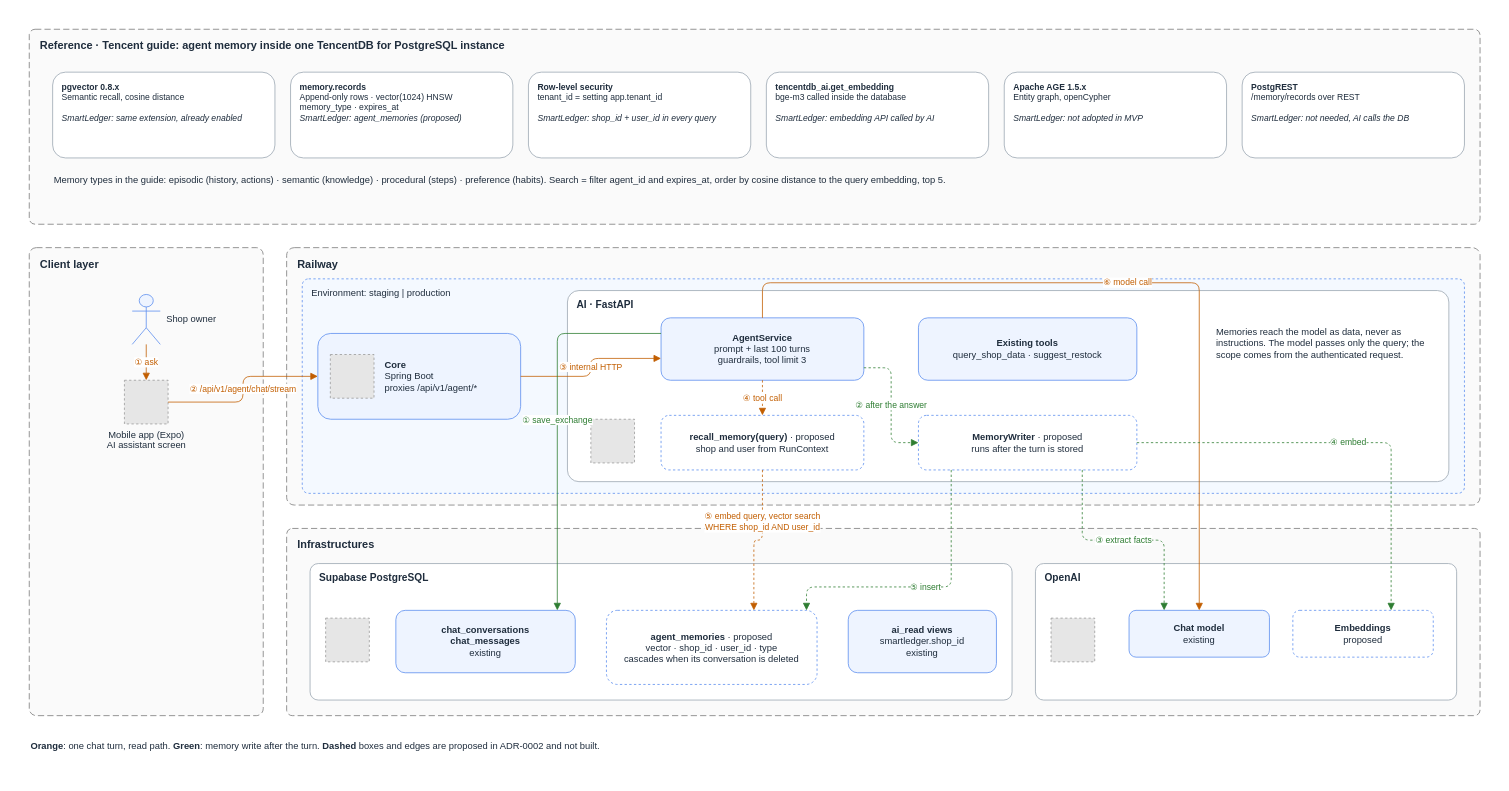
Above: docs/architecture/diagrams/src/agent-memory.drawio in miphu2804/smart-ledger (draw.io), before the change. Source tidied: cells renumbered, new cells numbered last; positions are measured from the earlier drawing's top-left corner, leaving out a move shared by most shapes. Both pictures are drawn from the tidied source at 78%, with x=0, y=0 at pixel (13, 13). Pictures stored in the file or linked from it are replaced by grey dashed boxes.
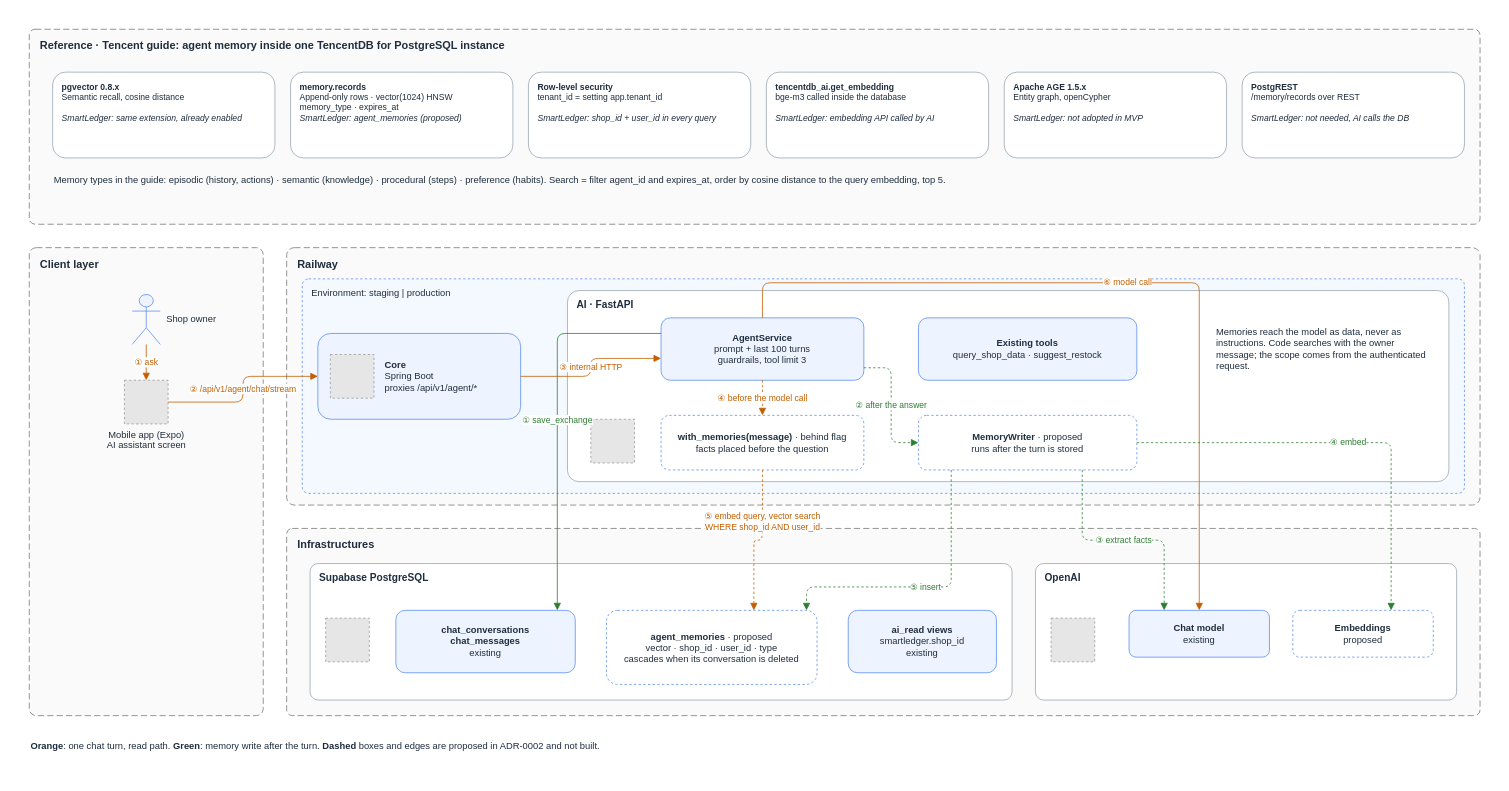
The same page after the edit.

Commit message (it also covers changes not shown here):
docs(ai): align adr-0002 and memory diagram with the build

The change refers to these unchanged cells:
```xml
<mxCell id="18" value="AI · FastAPI" style="rounded=1;arcSize=6;whiteSpace=wrap;html=1;fillColor=#ffffff;strokeColor=#9aa5b1;fontColor=#1f2d3d;verticalAlign=top;align=left;spacingLeft=10;spacingTop=4;fontStyle=1;fontSize=13;" parent="15" vertex="1">
  <mxGeometry x="340" y="15" width="1130" height="245" as="geometry" />
</mxCell>
<mxCell id="20" value="&lt;b&gt;AgentService&lt;/b&gt;&lt;br&gt;prompt + last 100 turns&lt;br&gt;guardrails, tool limit 3" style="rounded=1;whiteSpace=wrap;html=1;fillColor=#eef4ff;strokeColor=#5b8def;fontColor=#1f2d3d;fontSize=12;" parent="18" vertex="1">
  <mxGeometry x="120" y="35" width="260" height="80" as="geometry" />
</mxCell>
```

Diff of the diagram source:
```diff
@@
-    <mxCell id="22" value="&lt;b&gt;recall_memory(query)&lt;/b&gt; · proposed&lt;br&gt;shop and user from RunContext" style="rounded=1;whiteSpace=wrap;html=1;dashed=1;fillColor=#ffffff;strokeColor=#5b8def;fontColor=#1f2d3d;fontSize=12;" parent="18" vertex="1">
+    <mxCell id="22" value="&lt;b&gt;with_memories(message)&lt;/b&gt; · behind flag&lt;br&gt;facts placed before the question" style="rounded=1;whiteSpace=wrap;html=1;dashed=1;fillColor=#ffffff;strokeColor=#5b8def;fontColor=#1f2d3d;fontSize=12;" parent="18" vertex="1">
       <mxGeometry x="120" y="160" width="260" height="70" as="geometry" />
     </mxCell>
@@
-    <mxCell id="24" value="Memories reach the model as data, never as instructions. The model passes only the query; the scope comes from the authenticated request." style="text;html=1;whiteSpace=wrap;align=left;verticalAlign=top;fontColor=#1f2d3d;fontSize=12;" parent="18" vertex="1">
+    <mxCell id="24" value="Memories reach the model as data, never as instructions. Code searches with the owner message; the scope comes from the authenticated request." style="text;html=1;whiteSpace=wrap;align=left;verticalAlign=top;fontColor=#1f2d3d;fontSize=12;" parent="18" vertex="1">
       <mxGeometry x="830" y="40" width="280" height="110" as="geometry" />
     </mxCell>
@@
-    <mxCell id="39" value="④ tool call" style="edgeStyle=orthogonalEdgeStyle;rounded=1;jettySize=auto;html=1;endArrow=block;endSize=7;fontSize=11;labelBackgroundColor=#ffffff;fontColor=#c25e00;strokeColor=#c25e00;dashed=1;exitX=0.5;exitY=1;entryX=0.5;entryY=0;" parent="1" edge="1" source="20" target="22">
+    <mxCell id="39" value="④ before the model call" style="edgeStyle=orthogonalEdgeStyle;rounded=1;jettySize=auto;html=1;endArrow=block;endSize=7;fontSize=11;labelBackgroundColor=#ffffff;fontColor=#c25e00;strokeColor=#c25e00;dashed=1;exitX=0.5;exitY=1;entryX=0.5;entryY=0;" parent="1" edge="1" source="20" target="22">
       <mxGeometry relative="1" as="geometry" />
     </mxCell>
```
